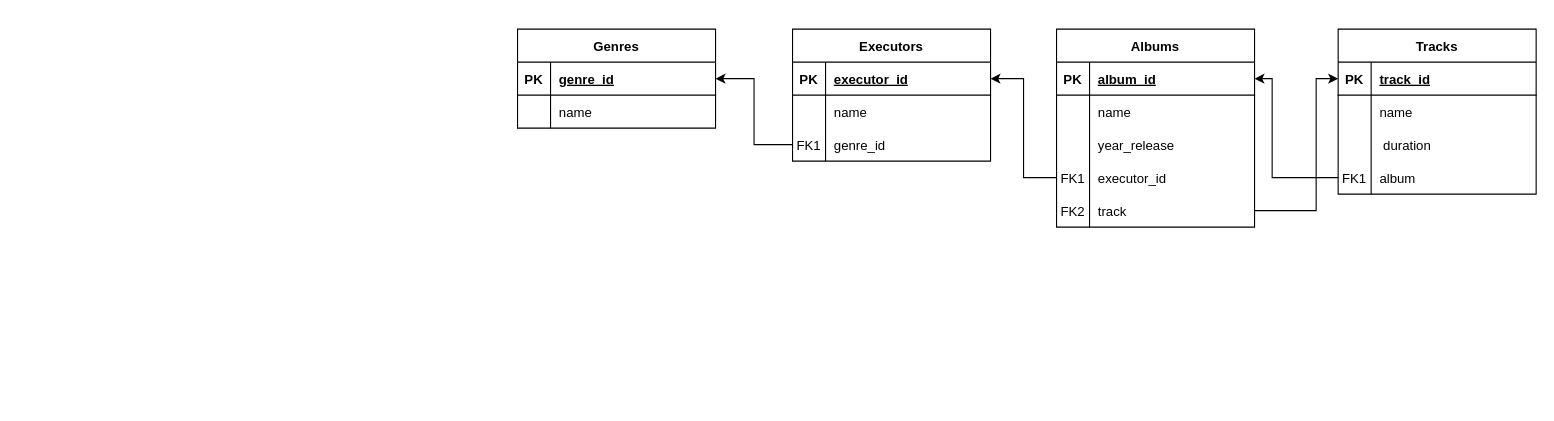
pasamoshin/DB keeps this draw.io diagram as Диаграмма без названия.drawio. Above is the earlier version. Source tidied: cells renumbered, new cells numbered last; positions are measured from the earlier drawing's top-left corner, leaving out a move shared by most shapes. Both pictures are drawn from the tidied source at 110%, with x=0, y=0 at pixel (517, 29).
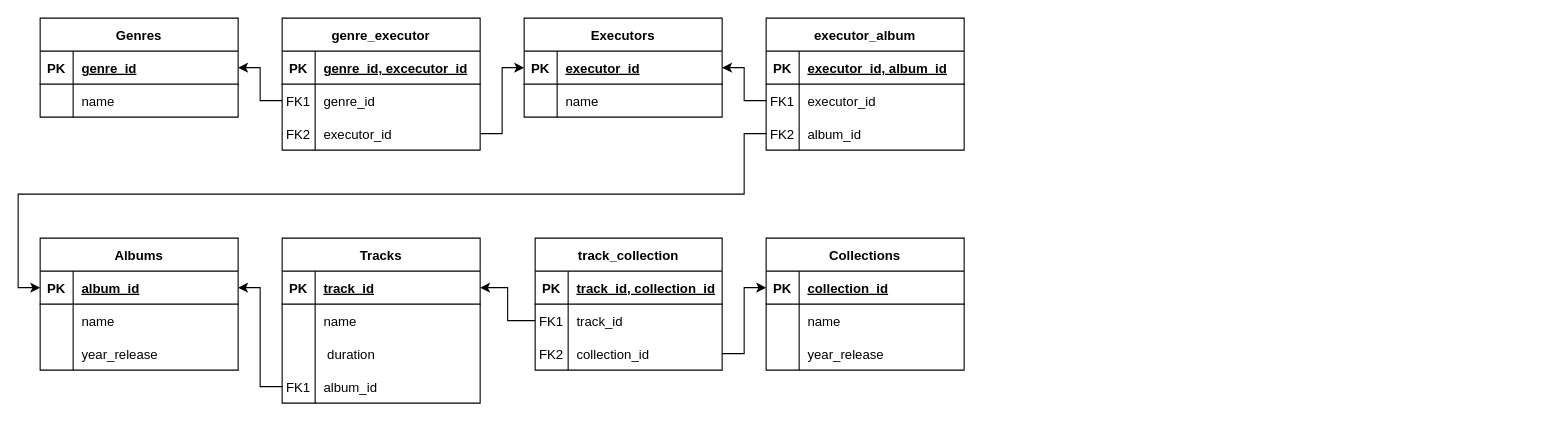
The same page after the edit.

The change refers to these unchanged cells:
```xml
<mxCell id="3" style="shape=tableRow;horizontal=0;startSize=0;swimlaneHead=0;swimlaneBody=0;fillColor=none;points=[[0,0.5],[1,0.5]];portConstraint=eastwest;top=0;left=0;right=0;bottom=1;" parent="2" vertex="1">
  <mxGeometry y="30" width="180" height="30" as="geometry" />
</mxCell>
<mxCell id="10" style="shape=tableRow;horizontal=0;startSize=0;swimlaneHead=0;swimlaneBody=0;fillColor=none;points=[[0,0.5],[1,0.5]];portConstraint=eastwest;top=0;left=0;right=0;bottom=1;" parent="9" vertex="1">
  <mxGeometry y="30" width="180" height="30" as="geometry" />
</mxCell>
<mxCell id="20" style="shape=tableRow;horizontal=0;startSize=0;swimlaneHead=0;swimlaneBody=0;fillColor=none;points=[[0,0.5],[1,0.5]];portConstraint=eastwest;top=0;left=0;right=0;bottom=1;" parent="19" vertex="1">
  <mxGeometry y="30" width="180" height="30" as="geometry" />
</mxCell>
<mxCell id="29" style="shape=tableRow;horizontal=0;startSize=0;swimlaneHead=0;swimlaneBody=0;fillColor=none;points=[[0,0.5],[1,0.5]];portConstraint=eastwest;top=0;left=0;right=0;bottom=0;" parent="19" vertex="1">
  <mxGeometry y="120" width="180" height="30" as="geometry" />
</mxCell>
<mxCell id="33" style="shape=tableRow;horizontal=0;startSize=0;swimlaneHead=0;swimlaneBody=0;fillColor=none;points=[[0,0.5],[1,0.5]];portConstraint=eastwest;top=0;left=0;right=0;bottom=1;" parent="32" vertex="1">
  <mxGeometry y="30" width="180" height="30" as="geometry" />
</mxCell>
```

Diff of the diagram source:
```diff
@@
     <mxCell id="2" value="Genres" style="shape=table;startSize=30;childLayout=tableLayout;rowLines=0;fontStyle=1;align=center;" parent="1" vertex="1">
-      <mxGeometry width="180" height="90" as="geometry" />
+      <mxGeometry x="-434" y="-10" width="180" height="90" as="geometry" />
     </mxCell>
@@
     <mxCell id="9" value="Executors" style="shape=table;startSize=30;childLayout=tableLayout;rowLines=0;fontStyle=1;align=center;" parent="1" vertex="1">
-      <mxGeometry x="250" width="180" height="120" as="geometry" />
+      <mxGeometry x="6" y="-10" width="180" height="90" as="geometry" />
     </mxCell>
@@
-    <mxCell id="16" style="shape=tableRow;horizontal=0;startSize=0;swimlaneHead=0;swimlaneBody=0;fillColor=none;points=[[0,0.5],[1,0.5]];portConstraint=eastwest;top=0;left=0;right=0;bottom=0;" parent="9" vertex="1">
-      <mxGeometry y="90" width="180" height="30" as="geometry" />
-    </mxCell>
-    <mxCell id="17" value="FK1" style="shape=partialRectangle;fillColor=none;top=0;left=0;bottom=0;right=0;overflow=hidden;" parent="16" vertex="1">
-      <mxGeometry width="30" height="30" as="geometry" />
-    </mxCell>
-    <mxCell id="18" value="genre_id" style="shape=partialRectangle;fillColor=none;top=0;left=0;bottom=0;right=0;align=left;spacingLeft=6;overflow=hidden;" parent="16" vertex="1">
-      <mxGeometry x="30" width="150" height="30" as="geometry" />
-    </mxCell>
     <mxCell id="19" value="Tracks" style="shape=table;startSize=30;childLayout=tableLayout;rowLines=0;fontStyle=1;align=center;" parent="1" vertex="1">
-      <mxGeometry x="746" width="180" height="150" as="geometry" />
+      <mxGeometry x="-214" y="190" width="180" height="150" as="geometry" />
     </mxCell>
@@
-    <mxCell id="31" value="album" style="shape=partialRectangle;fillColor=none;top=0;left=0;bottom=0;right=0;align=left;spacingLeft=6;overflow=hidden;" parent="29" vertex="1">
+    <mxCell id="31" value="album_id" style="shape=partialRectangle;fillColor=none;top=0;left=0;bottom=0;right=0;align=left;spacingLeft=6;overflow=hidden;" parent="29" vertex="1">
       <mxGeometry x="30" width="150" height="30" as="geometry" />
     </mxCell>
     <mxCell id="32" value="Albums" style="shape=table;startSize=30;childLayout=tableLayout;rowLines=0;fontStyle=1;align=center;" parent="1" vertex="1">
-      <mxGeometry x="490" width="180" height="180" as="geometry" />
+      <mxGeometry x="-434" y="190" width="180" height="120" as="geometry" />
     </mxCell>
@@
-    <mxCell id="42" style="shape=tableRow;horizontal=0;startSize=0;swimlaneHead=0;swimlaneBody=0;fillColor=none;points=[[0,0.5],[1,0.5]];portConstraint=eastwest;top=0;left=0;right=0;bottom=0;" parent="32" vertex="1">
-      <mxGeometry y="120" width="180" height="30" as="geometry" />
-    </mxCell>
-    <mxCell id="43" value="FK1" style="shape=partialRectangle;fillColor=none;top=0;left=0;bottom=0;right=0;overflow=hidden;" parent="42" vertex="1">
-      <mxGeometry width="30" height="30" as="geometry" />
-    </mxCell>
-    <mxCell id="44" value="executor_id" style="shape=partialRectangle;fillColor=none;top=0;left=0;bottom=0;right=0;align=left;spacingLeft=6;overflow=hidden;" parent="42" vertex="1">
-      <mxGeometry x="30" width="150" height="30" as="geometry" />
-    </mxCell>
-    <mxCell id="45" style="shape=tableRow;horizontal=0;startSize=0;swimlaneHead=0;swimlaneBody=0;fillColor=none;points=[[0,0.5],[1,0.5]];portConstraint=eastwest;top=0;left=0;right=0;bottom=0;" parent="32" vertex="1">
-      <mxGeometry y="150" width="180" height="30" as="geometry" />
-    </mxCell>
-    <mxCell id="46" value="FK2" style="shape=partialRectangle;fillColor=none;top=0;left=0;bottom=0;right=0;overflow=hidden;" parent="45" vertex="1">
-      <mxGeometry width="30" height="30" as="geometry" />
-    </mxCell>
-    <mxCell id="47" value="track" style="shape=partialRectangle;fillColor=none;top=0;left=0;bottom=0;right=0;align=left;spacingLeft=6;overflow=hidden;" parent="45" vertex="1">
-      <mxGeometry x="30" width="150" height="30" as="geometry" />
-    </mxCell>
@@
-    <mxCell id="49" style="edgeStyle=orthogonalEdgeStyle;rounded=0;jettySize=auto;html=1;exitX=0;exitY=0.5;exitDx=0;exitDy=0;entryX=1;entryY=0.5;entryDx=0;entryDy=0;" parent="1" edge="1" source="16" target="3">
-      <mxGeometry relative="1" as="geometry" />
-    </mxCell>
-    <mxCell id="50" style="edgeStyle=orthogonalEdgeStyle;rounded=0;jettySize=auto;html=1;exitX=0;exitY=0.5;exitDx=0;exitDy=0;entryX=1;entryY=0.5;entryDx=0;entryDy=0;" parent="1" edge="1" source="42" target="10">
-      <mxGeometry relative="1" as="geometry" />
-    </mxCell>
+    <mxCell id="52" style="edgeStyle=orthogonalEdgeStyle;rounded=0;jettySize=auto;html=1;exitX=1;exitY=0.5;exitDx=0;exitDy=0;entryX=0;entryY=0.5;entryDx=0;entryDy=0;" parent="1" edge="1" target="20">
+      <mxGeometry relative="1" as="geometry">
+        <Array as="points">
+          <mxPoint x="726" y="165" />
+          <mxPoint x="726" y="45" />
+        </Array>
+      </mxGeometry>
+    </mxCell>
+    <mxCell id="53" value="Collections" style="shape=table;startSize=30;childLayout=tableLayout;rowLines=0;fontStyle=1;align=center;" parent="1" vertex="1">
+      <mxGeometry x="226" y="190" width="180" height="120" as="geometry" />
+    </mxCell>
+    <mxCell id="54" style="shape=tableRow;horizontal=0;startSize=0;swimlaneHead=0;swimlaneBody=0;fillColor=none;points=[[0,0.5],[1,0.5]];portConstraint=eastwest;top=0;left=0;right=0;bottom=1;" parent="53" vertex="1">
+      <mxGeometry y="30" width="180" height="30" as="geometry" />
+    </mxCell>
+    <mxCell id="55" value="PK" style="shape=partialRectangle;fillColor=none;top=0;left=0;bottom=0;right=0;fontStyle=1;overflow=hidden;" parent="54" vertex="1">
+      <mxGeometry width="30" height="30" as="geometry" />
+    </mxCell>
+    <mxCell id="56" value="collection_id" style="shape=partialRectangle;fillColor=none;top=0;left=0;bottom=0;right=0;align=left;spacingLeft=6;fontStyle=5;overflow=hidden;" parent="54" vertex="1">
+      <mxGeometry x="30" width="150" height="30" as="geometry" />
+    </mxCell>
+    <mxCell id="57" style="shape=tableRow;horizontal=0;startSize=0;swimlaneHead=0;swimlaneBody=0;fillColor=none;top=0;left=0;right=0;bottom=0;" parent="53" vertex="1">
+      <mxGeometry y="60" width="180" height="30" as="geometry" />
+    </mxCell>
+    <mxCell id="58" style="shape=partialRectangle;fillColor=none;top=0;left=0;bottom=0;right=0;overflow=hidden;" parent="57" vertex="1">
+      <mxGeometry width="30" height="30" as="geometry" />
+    </mxCell>
+    <mxCell id="59" value="name" style="shape=partialRectangle;fillColor=none;top=0;left=0;bottom=0;right=0;align=left;spacingLeft=6;overflow=hidden;" parent="57" vertex="1">
+      <mxGeometry x="30" width="150" height="30" as="geometry" />
+    </mxCell>
+    <mxCell id="60" style="shape=tableRow;horizontal=0;startSize=0;swimlaneHead=0;swimlaneBody=0;fillColor=none;top=0;left=0;right=0;bottom=0;" parent="53" vertex="1">
+      <mxGeometry y="90" width="180" height="30" as="geometry" />
+    </mxCell>
+    <mxCell id="61" style="shape=partialRectangle;fillColor=none;top=0;left=0;bottom=0;right=0;overflow=hidden;" parent="60" vertex="1">
+      <mxGeometry width="30" height="30" as="geometry" />
+    </mxCell>
+    <mxCell id="62" value="year_release" style="shape=partialRectangle;fillColor=none;top=0;left=0;bottom=0;right=0;align=left;spacingLeft=6;overflow=hidden;" parent="60" vertex="1">
+      <mxGeometry x="30" width="150" height="30" as="geometry" />
+    </mxCell>
+    <mxCell id="63" value="genre_executor" style="shape=table;startSize=30;childLayout=tableLayout;rowLines=0;fontStyle=1;align=center;" parent="1" vertex="1">
+      <mxGeometry x="-214" y="-10" width="180" height="120" as="geometry" />
+    </mxCell>
+    <mxCell id="64" style="shape=tableRow;horizontal=0;startSize=0;swimlaneHead=0;swimlaneBody=0;fillColor=none;top=0;left=0;right=0;bottom=1;" parent="63" vertex="1">
+      <mxGeometry y="30" width="180" height="30" as="geometry" />
+    </mxCell>
+    <mxCell id="65" value="PK" style="shape=partialRectangle;fillColor=none;top=0;left=0;bottom=0;right=0;fontStyle=1;overflow=hidden;" parent="64" vertex="1">
+      <mxGeometry width="30" height="30" as="geometry" />
+    </mxCell>
+    <mxCell id="66" value="genre_id, excecutor_id" style="shape=partialRectangle;fillColor=none;top=0;left=0;bottom=0;right=0;align=left;spacingLeft=6;fontStyle=5;overflow=hidden;" parent="64" vertex="1">
+      <mxGeometry x="30" width="150" height="30" as="geometry" />
+    </mxCell>
+    <mxCell id="67" style="shape=tableRow;horizontal=0;startSize=0;swimlaneHead=0;swimlaneBody=0;fillColor=none;points=[[0,0.5],[1,0.5]];portConstraint=eastwest;top=0;left=0;right=0;bottom=0;" parent="63" vertex="1">
+      <mxGeometry y="60" width="180" height="30" as="geometry" />
+    </mxCell>
+    <mxCell id="68" value="FK1" style="shape=partialRectangle;fillColor=none;top=0;left=0;bottom=0;right=0;overflow=hidden;" parent="67" vertex="1">
+      <mxGeometry width="30" height="30" as="geometry" />
+    </mxCell>
+    <mxCell id="18" value="genre_id" style="shape=partialRectangle;fillColor=none;top=0;left=0;bottom=0;right=0;align=left;spacingLeft=6;overflow=hidden;" parent="67" vertex="1">
+      <mxGeometry x="30" width="150" height="30" as="geometry" />
+    </mxCell>
+    <mxCell id="69" style="shape=tableRow;horizontal=0;startSize=0;swimlaneHead=0;swimlaneBody=0;fillColor=none;points=[[0,0.5],[1,0.5]];portConstraint=eastwest;top=0;left=0;right=0;bottom=0;" parent="63" vertex="1">
+      <mxGeometry y="90" width="180" height="30" as="geometry" />
+    </mxCell>
+    <mxCell id="70" value="FK2" style="shape=partialRectangle;fillColor=none;top=0;left=0;bottom=0;right=0;overflow=hidden;" parent="69" vertex="1">
+      <mxGeometry width="30" height="30" as="geometry" />
+    </mxCell>
+    <mxCell id="71" value="executor_id" style="shape=partialRectangle;fillColor=none;top=0;left=0;bottom=0;right=0;align=left;spacingLeft=6;overflow=hidden;" parent="69" vertex="1">
+      <mxGeometry x="30" width="150" height="30" as="geometry" />
+    </mxCell>
+    <mxCell id="72" style="edgeStyle=orthogonalEdgeStyle;rounded=0;jettySize=auto;html=1;exitX=0;exitY=0.5;exitDx=0;exitDy=0;entryX=1;entryY=0.5;entryDx=0;entryDy=0;" parent="1" edge="1" source="67" target="3">
+      <mxGeometry relative="1" as="geometry" />
+    </mxCell>
+    <mxCell id="73" style="edgeStyle=orthogonalEdgeStyle;rounded=0;jettySize=auto;html=1;exitX=1;exitY=0.5;exitDx=0;exitDy=0;entryX=0;entryY=0.5;entryDx=0;entryDy=0;" parent="1" edge="1" source="69" target="10">
+      <mxGeometry relative="1" as="geometry" />
+    </mxCell>
     <mxCell id="51" style="edgeStyle=orthogonalEdgeStyle;rounded=0;jettySize=auto;html=1;exitX=0;exitY=0.5;exitDx=0;exitDy=0;entryX=1;entryY=0.5;entryDx=0;entryDy=0;" parent="1" edge="1" source="29" target="33">
-      <mxGeometry relative="1" as="geometry">
-        <Array as="points">
-          <mxPoint x="686" y="135" />
-          <mxPoint x="686" y="45" />
-        </Array>
-      </mxGeometry>
+      <mxGeometry relative="1" as="geometry" />
     </mxCell>
-    <mxCell id="52" style="edgeStyle=orthogonalEdgeStyle;rounded=0;jettySize=auto;html=1;exitX=1;exitY=0.5;exitDx=0;exitDy=0;entryX=0;entryY=0.5;entryDx=0;entryDy=0;" parent="1" edge="1" source="45" target="20">
-      <mxGeometry relative="1" as="geometry">
-        <Array as="points">
-          <mxPoint x="726" y="165" />
-          <mxPoint x="726" y="45" />
-        </Array>
-      </mxGeometry>
-    </mxCell>
+    <mxCell id="74" value="executor_album" style="shape=table;startSize=30;childLayout=tableLayout;rowLines=0;fontStyle=1;align=center;" parent="1" vertex="1">
+      <mxGeometry x="226" y="-10" width="180" height="120" as="geometry" />
+    </mxCell>
+    <mxCell id="75" style="shape=tableRow;horizontal=0;startSize=0;swimlaneHead=0;swimlaneBody=0;fillColor=none;top=0;left=0;right=0;bottom=1;" parent="74" vertex="1">
+      <mxGeometry y="30" width="180" height="30" as="geometry" />
+    </mxCell>
+    <mxCell id="76" value="PK" style="shape=partialRectangle;fillColor=none;top=0;left=0;bottom=0;right=0;fontStyle=1;overflow=hidden;" parent="75" vertex="1">
+      <mxGeometry width="30" height="30" as="geometry" />
+    </mxCell>
+    <mxCell id="77" value="executor_id, album_id" style="shape=partialRectangle;fillColor=none;top=0;left=0;bottom=0;right=0;align=left;spacingLeft=6;fontStyle=5;overflow=hidden;" parent="75" vertex="1">
+      <mxGeometry x="30" width="150" height="30" as="geometry" />
+    </mxCell>
+    <mxCell id="78" style="shape=tableRow;horizontal=0;startSize=0;swimlaneHead=0;swimlaneBody=0;fillColor=none;points=[[0,0.5],[1,0.5]];portConstraint=eastwest;top=0;left=0;right=0;bottom=0;" parent="74" vertex="1">
+      <mxGeometry y="60" width="180" height="30" as="geometry" />
+    </mxCell>
+    <mxCell id="79" value="FK1" style="shape=partialRectangle;fillColor=none;top=0;left=0;bottom=0;right=0;overflow=hidden;" parent="78" vertex="1">
+      <mxGeometry width="30" height="30" as="geometry" />
+    </mxCell>
+    <mxCell id="80" value="executor_id" style="shape=partialRectangle;fillColor=none;top=0;left=0;bottom=0;right=0;align=left;spacingLeft=6;overflow=hidden;" parent="78" vertex="1">
+      <mxGeometry x="30" width="150" height="30" as="geometry" />
+    </mxCell>
+    <mxCell id="81" style="shape=tableRow;horizontal=0;startSize=0;swimlaneHead=0;swimlaneBody=0;fillColor=none;points=[[0,0.5],[1,0.5]];portConstraint=eastwest;top=0;left=0;right=0;bottom=0;" parent="74" vertex="1">
+      <mxGeometry y="90" width="180" height="30" as="geometry" />
+    </mxCell>
+    <mxCell id="82" value="FK2" style="shape=partialRectangle;fillColor=none;top=0;left=0;bottom=0;right=0;overflow=hidden;" parent="81" vertex="1">
+      <mxGeometry width="30" height="30" as="geometry" />
+    </mxCell>
+    <mxCell id="83" value="album_id" style="shape=partialRectangle;fillColor=none;top=0;left=0;bottom=0;right=0;align=left;spacingLeft=6;overflow=hidden;" parent="81" vertex="1">
+      <mxGeometry x="30" width="150" height="30" as="geometry" />
+    </mxCell>
+    <mxCell id="84" style="edgeStyle=orthogonalEdgeStyle;rounded=0;jettySize=auto;html=1;exitX=0;exitY=0.5;exitDx=0;exitDy=0;entryX=1;entryY=0.5;entryDx=0;entryDy=0;" parent="1" edge="1" source="78" target="10">
+      <mxGeometry relative="1" as="geometry" />
+    </mxCell>
+    <mxCell id="85" style="edgeStyle=orthogonalEdgeStyle;rounded=0;jettySize=auto;html=1;exitX=0;exitY=0.5;exitDx=0;exitDy=0;entryX=0;entryY=0.5;entryDx=0;entryDy=0;" parent="1" edge="1" source="81" target="33">
+      <mxGeometry relative="1" as="geometry">
+        <Array as="points">
+          <mxPoint x="206" y="95" />
+          <mxPoint x="206" y="150" />
+          <mxPoint x="-454" y="150" />
+          <mxPoint x="-454" y="235" />
+        </Array>
+      </mxGeometry>
+    </mxCell>
+    <mxCell id="86" value="track_collection" style="shape=table;startSize=30;childLayout=tableLayout;rowLines=0;fontStyle=1;align=center;" parent="1" vertex="1">
+      <mxGeometry x="16" y="190" width="170" height="120" as="geometry" />
+    </mxCell>
+    <mxCell id="87" style="shape=tableRow;horizontal=0;startSize=0;swimlaneHead=0;swimlaneBody=0;fillColor=none;top=0;left=0;right=0;bottom=1;" parent="86" vertex="1">
+      <mxGeometry y="30" width="170" height="30" as="geometry" />
+    </mxCell>
+    <mxCell id="88" value="PK" style="shape=partialRectangle;fillColor=none;top=0;left=0;bottom=0;right=0;fontStyle=1;overflow=hidden;" parent="87" vertex="1">
+      <mxGeometry width="30" height="30" as="geometry" />
+    </mxCell>
+    <mxCell id="89" value="track_id, collection_id" style="shape=partialRectangle;fillColor=none;top=0;left=0;bottom=0;right=0;align=left;spacingLeft=6;fontStyle=5;overflow=hidden;" parent="87" vertex="1">
+      <mxGeometry x="30" width="140" height="30" as="geometry" />
+    </mxCell>
+    <mxCell id="90" style="shape=tableRow;horizontal=0;startSize=0;swimlaneHead=0;swimlaneBody=0;fillColor=none;points=[[0,0.5],[1,0.5]];portConstraint=eastwest;top=0;left=0;right=0;bottom=0;" parent="86" vertex="1">
+      <mxGeometry y="60" width="170" height="30" as="geometry" />
+    </mxCell>
+    <mxCell id="91" value="FK1" style="shape=partialRectangle;fillColor=none;top=0;left=0;bottom=0;right=0;overflow=hidden;" parent="90" vertex="1">
+      <mxGeometry width="30" height="30" as="geometry" />
+    </mxCell>
+    <mxCell id="92" value="track_id" style="shape=partialRectangle;fillColor=none;top=0;left=0;bottom=0;right=0;align=left;spacingLeft=6;overflow=hidden;" parent="90" vertex="1">
+      <mxGeometry x="30" width="140" height="30" as="geometry" />
+    </mxCell>
+    <mxCell id="93" style="shape=tableRow;horizontal=0;startSize=0;swimlaneHead=0;swimlaneBody=0;fillColor=none;points=[[0,0.5],[1,0.5]];portConstraint=eastwest;top=0;left=0;right=0;bottom=0;" parent="86" vertex="1">
+      <mxGeometry y="90" width="170" height="30" as="geometry" />
+    </mxCell>
+    <mxCell id="94" value="FK2" style="shape=partialRectangle;fillColor=none;top=0;left=0;bottom=0;right=0;overflow=hidden;" parent="93" vertex="1">
+      <mxGeometry width="30" height="30" as="geometry" />
+    </mxCell>
+    <mxCell id="95" value="collection_id" style="shape=partialRectangle;fillColor=none;top=0;left=0;bottom=0;right=0;align=left;spacingLeft=6;overflow=hidden;" parent="93" vertex="1">
+      <mxGeometry x="30" width="140" height="30" as="geometry" />
+    </mxCell>
+    <mxCell id="96" style="edgeStyle=orthogonalEdgeStyle;rounded=0;jettySize=auto;html=1;exitX=0;exitY=0.5;exitDx=0;exitDy=0;entryX=1;entryY=0.5;entryDx=0;entryDy=0;" parent="1" edge="1" source="90" target="20">
+      <mxGeometry relative="1" as="geometry" />
+    </mxCell>
+    <mxCell id="97" style="edgeStyle=orthogonalEdgeStyle;rounded=0;jettySize=auto;html=1;exitX=1;exitY=0.5;exitDx=0;exitDy=0;entryX=0;entryY=0.5;entryDx=0;entryDy=0;" parent="1" edge="1" source="93" target="54">
+      <mxGeometry relative="1" as="geometry">
+        <Array as="points">
+          <mxPoint x="206" y="295" />
+          <mxPoint x="206" y="235" />
+        </Array>
+      </mxGeometry>
+    </mxCell>
```
